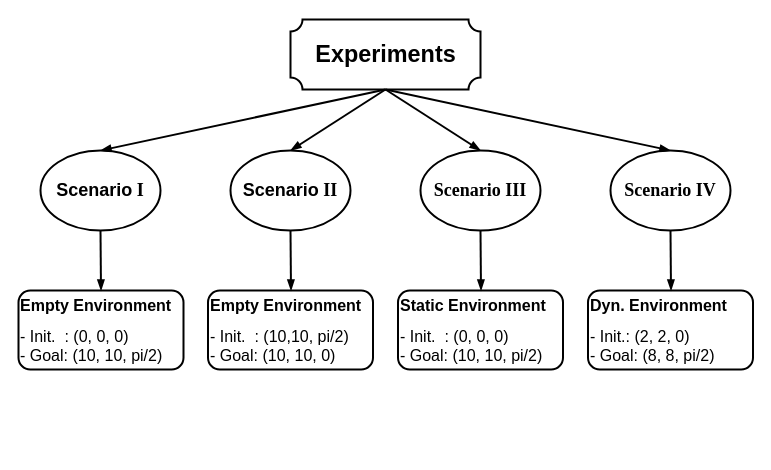
The draw.io diagram generation_files/Eperiments.drawio in smababou/latex_presentation, before the edit. Source tidied: cells renumbered, new cells numbered last; positions are measured from the earlier drawing's top-left corner, leaving out a move shared by most shapes. Both pictures are drawn from the tidied source at 100%, with x=0, y=0 at pixel (18, 19).
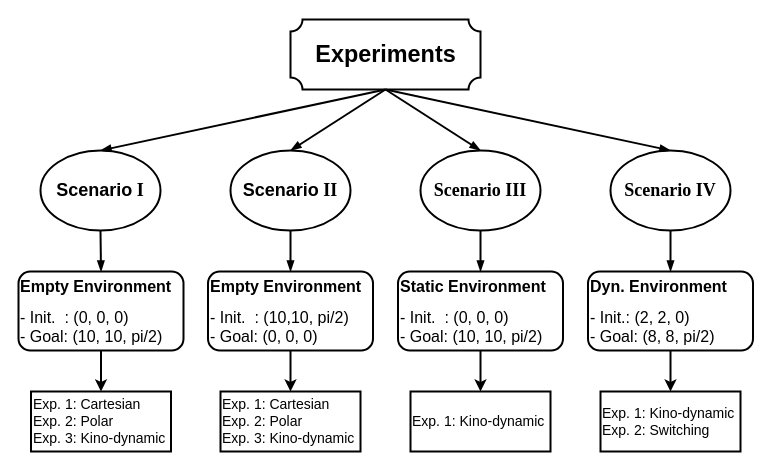
Above is the later version.

The change refers to these unchanged cells:
```xml
<mxCell id="6" value="&lt;h4&gt;&lt;font face=&quot;Helvetica&quot;&gt;Scenario&lt;/font&gt; II&lt;/h4&gt;" style="ellipse;whiteSpace=wrap;html=1;fontSize=18;fontFamily=Times New Roman;strokeWidth=2;" parent="1" vertex="1">
  <mxGeometry x="212" y="131" width="120" height="80" as="geometry" />
</mxCell>
<mxCell id="7" value="&lt;h4&gt;Scenario III&lt;/h4&gt;" style="ellipse;whiteSpace=wrap;html=1;fontSize=18;fontFamily=Times New Roman;strokeWidth=2;" parent="1" vertex="1">
  <mxGeometry x="402" y="131" width="120" height="80" as="geometry" />
</mxCell>
<mxCell id="8" value="&lt;h4&gt;Scenario IV&lt;/h4&gt;" style="ellipse;whiteSpace=wrap;html=1;fontSize=18;fontFamily=Times New Roman;strokeWidth=2;" parent="1" vertex="1">
  <mxGeometry x="592" y="131" width="120" height="80" as="geometry" />
</mxCell>
```

What changed in the source:
```diff
@@
+    <mxCell id="20" style="edgeStyle=orthogonalEdgeStyle;rounded=0;jettySize=auto;html=1;strokeWidth=2;fontSize=14;" parent="1" edge="1" source="2" target="24">
+      <mxGeometry relative="1" as="geometry" />
+    </mxCell>
     <mxCell id="2" value="&lt;div style=&quot;font-size: 16px&quot;&gt;&lt;b&gt;Empty Environment&lt;/b&gt;&lt;br&gt;&lt;/div&gt;&lt;div style=&quot;font-size: 10px&quot;&gt;&lt;br&gt;&lt;/div&gt;&lt;div&gt;- Init.&amp;nbsp; : (0, 0, 0)&lt;/div&gt;- Goal: (10, 10, pi/2)" style="rounded=1;whiteSpace=wrap;html=1;fontSize=16;strokeWidth=2;align=left;" parent="1" vertex="1">
-      <mxGeometry y="271" width="165" height="79" as="geometry" />
+      <mxGeometry y="252" width="165" height="79" as="geometry" />
     </mxCell>
@@
+    <mxCell id="21" style="edgeStyle=orthogonalEdgeStyle;rounded=0;jettySize=auto;html=1;strokeWidth=2;fontSize=14;" parent="1" edge="1" source="14" target="25">
+      <mxGeometry relative="1" as="geometry" />
+    </mxCell>
-    <mxCell id="14" value="&lt;div style=&quot;font-size: 16px&quot;&gt;&lt;b&gt;Empty Environment&lt;/b&gt;&lt;br&gt;&lt;/div&gt;&lt;div style=&quot;font-size: 10px&quot;&gt;&lt;br&gt;&lt;/div&gt;&lt;div&gt;- Init.&amp;nbsp; : (10,10, pi/2)&lt;/div&gt;- Goal: (10, 10, 0)" style="rounded=1;whiteSpace=wrap;html=1;fontSize=16;strokeWidth=2;align=left;" parent="1" vertex="1">
-      <mxGeometry x="189.5" y="271" width="165" height="79" as="geometry" />
+    <mxCell id="14" value="&lt;div style=&quot;font-size: 16px&quot;&gt;&lt;b&gt;Empty Environment&lt;/b&gt;&lt;br&gt;&lt;/div&gt;&lt;div style=&quot;font-size: 10px&quot;&gt;&lt;br&gt;&lt;/div&gt;&lt;div&gt;- Init.&amp;nbsp; : (10,10, pi/2)&lt;/div&gt;- Goal: (0, 0, 0)" style="rounded=1;whiteSpace=wrap;html=1;fontSize=16;strokeWidth=2;align=left;" parent="1" vertex="1">
+      <mxGeometry x="189.5" y="252" width="165" height="79" as="geometry" />
     </mxCell>
+    <mxCell id="22" style="edgeStyle=orthogonalEdgeStyle;rounded=0;jettySize=auto;html=1;strokeWidth=2;fontSize=14;" parent="1" edge="1" source="15" target="26">
+      <mxGeometry relative="1" as="geometry" />
+    </mxCell>
     <mxCell id="15" value="&lt;div style=&quot;font-size: 16px&quot;&gt;&lt;b&gt;Static Environment&lt;/b&gt;&lt;br&gt;&lt;/div&gt;&lt;div style=&quot;font-size: 10px&quot;&gt;&lt;br&gt;&lt;/div&gt;&lt;div&gt;- Init.&amp;nbsp; : (0, 0, 0)&lt;/div&gt;- Goal: (10, 10, pi/2)" style="rounded=1;whiteSpace=wrap;html=1;fontSize=16;strokeWidth=2;align=left;" parent="1" vertex="1">
-      <mxGeometry x="379.5" y="271" width="165" height="79" as="geometry" />
+      <mxGeometry x="379.5" y="252" width="165" height="79" as="geometry" />
     </mxCell>
+    <mxCell id="23" style="edgeStyle=orthogonalEdgeStyle;rounded=0;jettySize=auto;html=1;strokeWidth=2;fontSize=14;" parent="1" edge="1" source="16" target="27">
+      <mxGeometry relative="1" as="geometry" />
+    </mxCell>
     <mxCell id="16" value="&lt;div style=&quot;font-size: 16px&quot;&gt;&lt;b&gt;Dyn. Environment&lt;/b&gt;&lt;br&gt;&lt;/div&gt;&lt;div style=&quot;font-size: 10px&quot;&gt;&lt;br&gt;&lt;/div&gt;&lt;div&gt;- Init.: (2, 2, 0)&lt;/div&gt;- Goal: (8, 8, pi/2)" style="rounded=1;whiteSpace=wrap;html=1;fontSize=16;strokeWidth=2;align=left;" parent="1" vertex="1">
-      <mxGeometry x="569.5" y="271" width="165" height="79" as="geometry" />
+      <mxGeometry x="569.5" y="252" width="165" height="79" as="geometry" />
     </mxCell>
-    <mxCell id="17" style="endArrow=blockThin;html=1;fontFamily=Times New Roman;fontSize=16;exitX=0.5;exitY=1;exitDx=0;exitDy=0;entryX=0.5;entryY=0;entryDx=0;entryDy=0;strokeWidth=2;endFill=1;" parent="1" edge="1">
-      <mxGeometry relative="1" as="geometry">
-        <mxPoint x="272" y="211" as="sourcePoint" />
-        <mxPoint x="272.5" y="271" as="targetPoint" />
-      </mxGeometry>
+    <mxCell id="17" style="endArrow=blockThin;html=1;fontFamily=Times New Roman;fontSize=16;exitX=0.5;exitY=1;exitDx=0;exitDy=0;entryX=0.5;entryY=0;entryDx=0;entryDy=0;strokeWidth=2;endFill=1;" parent="1" edge="1" source="6" target="14">
+      <mxGeometry relative="1" as="geometry" />
     </mxCell>
-    <mxCell id="18" style="endArrow=blockThin;html=1;fontFamily=Times New Roman;fontSize=16;exitX=0.5;exitY=1;exitDx=0;exitDy=0;entryX=0.5;entryY=0;entryDx=0;entryDy=0;strokeWidth=2;endFill=1;" parent="1" edge="1">
-      <mxGeometry relative="1" as="geometry">
-        <mxPoint x="462" y="211" as="sourcePoint" />
-        <mxPoint x="462.5" y="271" as="targetPoint" />
-      </mxGeometry>
+    <mxCell id="18" style="endArrow=blockThin;html=1;fontFamily=Times New Roman;fontSize=16;exitX=0.5;exitY=1;exitDx=0;exitDy=0;entryX=0.5;entryY=0;entryDx=0;entryDy=0;strokeWidth=2;endFill=1;" parent="1" edge="1" source="7" target="15">
+      <mxGeometry relative="1" as="geometry" />
     </mxCell>
-    <mxCell id="19" style="endArrow=blockThin;html=1;fontFamily=Times New Roman;fontSize=16;exitX=0.5;exitY=1;exitDx=0;exitDy=0;entryX=0.5;entryY=0;entryDx=0;entryDy=0;strokeWidth=2;endFill=1;" parent="1" edge="1">
-      <mxGeometry relative="1" as="geometry">
-        <mxPoint x="652" y="211" as="sourcePoint" />
-        <mxPoint x="652.5" y="271" as="targetPoint" />
-      </mxGeometry>
+    <mxCell id="19" style="endArrow=blockThin;html=1;fontFamily=Times New Roman;fontSize=16;exitX=0.5;exitY=1;exitDx=0;exitDy=0;entryX=0.5;entryY=0;entryDx=0;entryDy=0;strokeWidth=2;endFill=1;" parent="1" edge="1" source="8" target="16">
+      <mxGeometry relative="1" as="geometry" />
     </mxCell>
+    <mxCell id="24" value="&lt;div style=&quot;font-size: 14px&quot;&gt;Exp. 1: Cartesian&lt;/div&gt;&lt;div style=&quot;font-size: 14px&quot;&gt;Exp. 2: Polar&lt;br style=&quot;font-size: 14px&quot;&gt;&lt;/div&gt;&lt;div style=&quot;font-size: 14px&quot;&gt;Exp. 3: Kino-dynamic&lt;br style=&quot;font-size: 14px&quot;&gt;&lt;/div&gt;" style="rounded=0;whiteSpace=wrap;html=1;align=left;fontSize=14;strokeWidth=2;" parent="1" vertex="1">
+      <mxGeometry x="12.5" y="372" width="140" height="60" as="geometry" />
+    </mxCell>
+    <mxCell id="25" value="&lt;div style=&quot;font-size: 14px&quot;&gt;Exp. 1: Cartesian&lt;/div&gt;&lt;div style=&quot;font-size: 14px&quot;&gt;Exp. 2: Polar&lt;br style=&quot;font-size: 14px&quot;&gt;&lt;/div&gt;&lt;div style=&quot;font-size: 14px&quot;&gt;Exp. 3: Kino-dynamic&lt;br style=&quot;font-size: 14px&quot;&gt;&lt;/div&gt;" style="rounded=0;whiteSpace=wrap;html=1;align=left;fontSize=14;strokeWidth=2;" parent="1" vertex="1">
+      <mxGeometry x="202" y="372" width="140" height="60" as="geometry" />
+    </mxCell>
+    <mxCell id="26" value="Exp. 1: Kino-dynamic" style="rounded=0;whiteSpace=wrap;html=1;align=left;fontSize=14;strokeWidth=2;" parent="1" vertex="1">
+      <mxGeometry x="392" y="372" width="140" height="60" as="geometry" />
+    </mxCell>
+    <mxCell id="27" value="&lt;div style=&quot;font-size: 14px&quot;&gt;Exp. 1: Kino-dynamic&lt;/div&gt;&lt;div style=&quot;font-size: 14px&quot;&gt;Exp. 2: Switching&lt;br style=&quot;font-size: 14px&quot;&gt;&lt;/div&gt;" style="rounded=0;whiteSpace=wrap;html=1;align=left;fontSize=14;strokeWidth=2;" parent="1" vertex="1">
+      <mxGeometry x="582" y="372" width="140" height="60" as="geometry" />
+    </mxCell>
```
